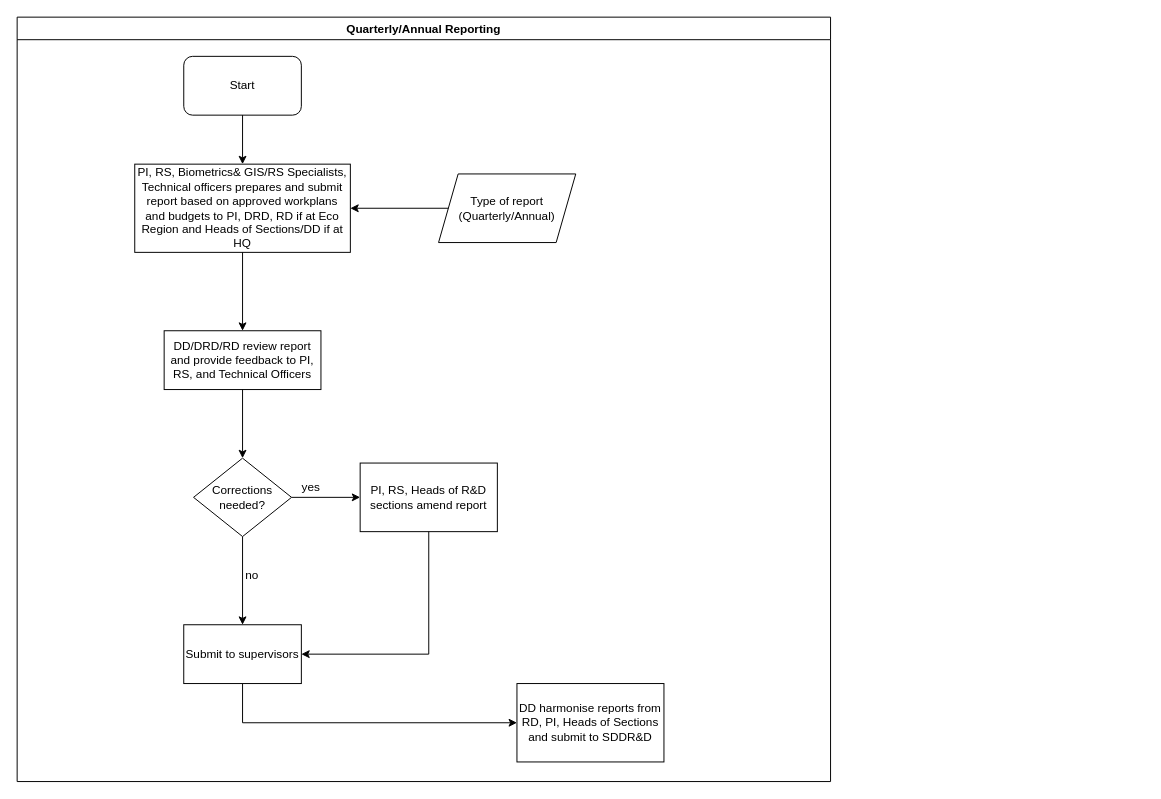
Before: KEFRI-R&D-Quarterly Reporting.drawio in kmagua/flowcharts, a draw.io diagram. Source tidied: cells renumbered, new cells numbered last; positions are measured from the earlier drawing's top-left corner, leaving out a move shared by most shapes. Both pictures are drawn from the tidied source at 98%, with x=0, y=0 at pixel (17, 17).
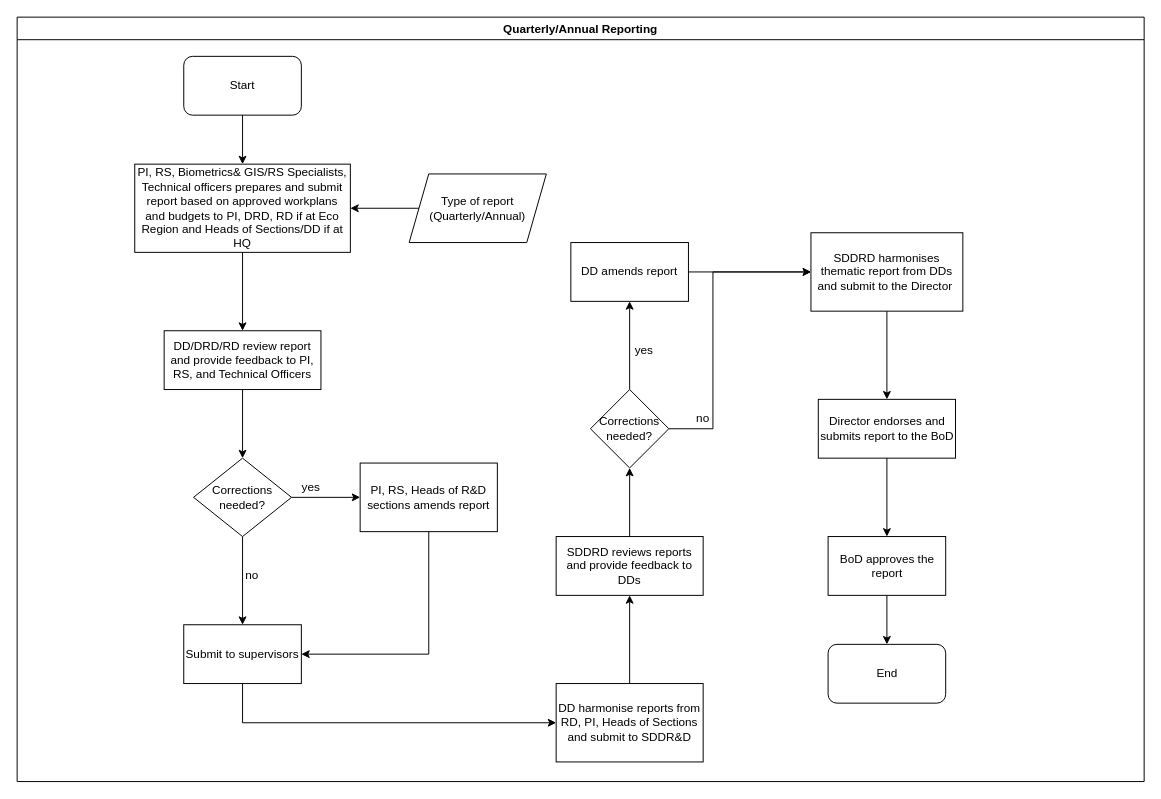
The same diagram, later.

The edit, as a diff of the source:
```diff
@@
     <mxCell id="2" value="Quarterly/Annual Reporting" style="swimlane;" parent="1" vertex="1">
-      <mxGeometry width="830" height="780" as="geometry" />
+      <mxGeometry width="1150" height="780" as="geometry" />
     </mxCell>
@@
     <mxCell id="6" value="Type of report (Quarterly/Annual)" style="shape=parallelogram;perimeter=parallelogramPerimeter;whiteSpace=wrap;html=1;fixedSize=1;" parent="2" vertex="1">
-      <mxGeometry x="430" y="160" width="140" height="70" as="geometry" />
+      <mxGeometry x="400" y="160" width="140" height="70" as="geometry" />
     </mxCell>
@@
-    <mxCell id="10" value="PI, RS, Heads of R&amp;amp;D sections amend report" style="whiteSpace=wrap;html=1;rounded=0;" parent="2" vertex="1">
+    <mxCell id="10" value="PI, RS, Heads of R&amp;amp;D sections amends report" style="whiteSpace=wrap;html=1;rounded=0;" parent="2" vertex="1">
       <mxGeometry x="350" y="455" width="140" height="70" as="geometry" />
     </mxCell>
@@
     <mxCell id="13" value="DD harmonise reports from RD, PI, Heads of Sections and submit to SDDR&amp;amp;D" style="whiteSpace=wrap;html=1;rounded=0;" parent="2" vertex="1">
-      <mxGeometry x="510" y="680" width="150" height="80" as="geometry" />
+      <mxGeometry x="550" y="680" width="150" height="80" as="geometry" />
     </mxCell>
+    <mxCell id="21" value="SDDRD reviews reports and provide feedback to DDs" style="whiteSpace=wrap;html=1;rounded=0;" parent="2" vertex="1">
+      <mxGeometry x="550" y="530" width="150" height="60" as="geometry" />
+    </mxCell>
+    <mxCell id="22" style="edgeStyle=orthogonalEdgeStyle;rounded=0;jettySize=auto;html=1;" parent="2" edge="1" source="13" target="21">
+      <mxGeometry relative="1" as="geometry" />
+    </mxCell>
+    <mxCell id="23" value="yes" style="text;html=1;strokeColor=none;fillColor=none;align=center;verticalAlign=middle;whiteSpace=wrap;rounded=0;" parent="2" vertex="1">
+      <mxGeometry x="620" y="330" width="40" height="20" as="geometry" />
+    </mxCell>
+    <mxCell id="24" value="no" style="text;html=1;strokeColor=none;fillColor=none;align=center;verticalAlign=middle;whiteSpace=wrap;rounded=0;" parent="2" vertex="1">
+      <mxGeometry x="680" y="400" width="40" height="20" as="geometry" />
+    </mxCell>
+    <mxCell id="25" value="Director endorses and submits report to the BoD" style="whiteSpace=wrap;html=1;rounded=0;" parent="2" vertex="1">
+      <mxGeometry x="817.5" y="390" width="140" height="60" as="geometry" />
+    </mxCell>
+    <mxCell id="26" style="edgeStyle=orthogonalEdgeStyle;rounded=0;jettySize=auto;html=1;" parent="2" edge="1" source="27" target="25">
+      <mxGeometry relative="1" as="geometry" />
+    </mxCell>
+    <mxCell id="27" value="SDDRD harmonises thematic report from DDs and submit to the Director&amp;nbsp; " style="whiteSpace=wrap;html=1;rounded=0;" parent="2" vertex="1">
+      <mxGeometry x="810" y="220" width="155" height="80" as="geometry" />
+    </mxCell>
+    <mxCell id="28" value="BoD approves the report" style="whiteSpace=wrap;html=1;rounded=0;" parent="2" vertex="1">
+      <mxGeometry x="827.5" y="530" width="120" height="60" as="geometry" />
+    </mxCell>
+    <mxCell id="29" style="edgeStyle=orthogonalEdgeStyle;rounded=0;jettySize=auto;html=1;" parent="2" edge="1" source="25" target="28">
+      <mxGeometry relative="1" as="geometry" />
+    </mxCell>
+    <mxCell id="30" value="End" style="rounded=1;whiteSpace=wrap;html=1;" parent="2" vertex="1">
+      <mxGeometry x="827.5" y="640" width="120" height="60" as="geometry" />
+    </mxCell>
+    <mxCell id="31" style="edgeStyle=orthogonalEdgeStyle;rounded=0;jettySize=auto;html=1;" parent="2" edge="1" source="28" target="30">
+      <mxGeometry relative="1" as="geometry" />
+    </mxCell>
@@
+    <mxCell id="32" style="edgeStyle=orthogonalEdgeStyle;rounded=0;jettySize=auto;html=1;" parent="1" edge="1" source="34" target="37">
+      <mxGeometry relative="1" as="geometry" />
+    </mxCell>
+    <mxCell id="33" style="edgeStyle=orthogonalEdgeStyle;rounded=0;jettySize=auto;html=1;entryX=0;entryY=0.5;entryDx=0;entryDy=0;" parent="1" edge="1" source="34" target="27">
+      <mxGeometry relative="1" as="geometry">
+        <Array as="points">
+          <mxPoint x="710" y="420" />
+          <mxPoint x="710" y="260" />
+        </Array>
+      </mxGeometry>
+    </mxCell>
+    <mxCell id="34" value="&lt;div&gt;Corrections &lt;br&gt;&lt;/div&gt;&lt;div&gt;needed?&lt;/div&gt;" style="rhombus;whiteSpace=wrap;html=1;rounded=0;" parent="1" vertex="1">
+      <mxGeometry x="585" y="380" width="80" height="80" as="geometry" />
+    </mxCell>
+    <mxCell id="35" style="edgeStyle=orthogonalEdgeStyle;rounded=0;jettySize=auto;html=1;" parent="1" edge="1" source="21" target="34">
+      <mxGeometry relative="1" as="geometry" />
+    </mxCell>
+    <mxCell id="36" style="edgeStyle=orthogonalEdgeStyle;rounded=0;jettySize=auto;html=1;" parent="1" edge="1" source="37" target="27">
+      <mxGeometry relative="1" as="geometry" />
+    </mxCell>
+    <mxCell id="37" value="DD amends report" style="whiteSpace=wrap;html=1;rounded=0;" parent="1" vertex="1">
+      <mxGeometry x="565" y="230" width="120" height="60" as="geometry" />
+    </mxCell>
```
